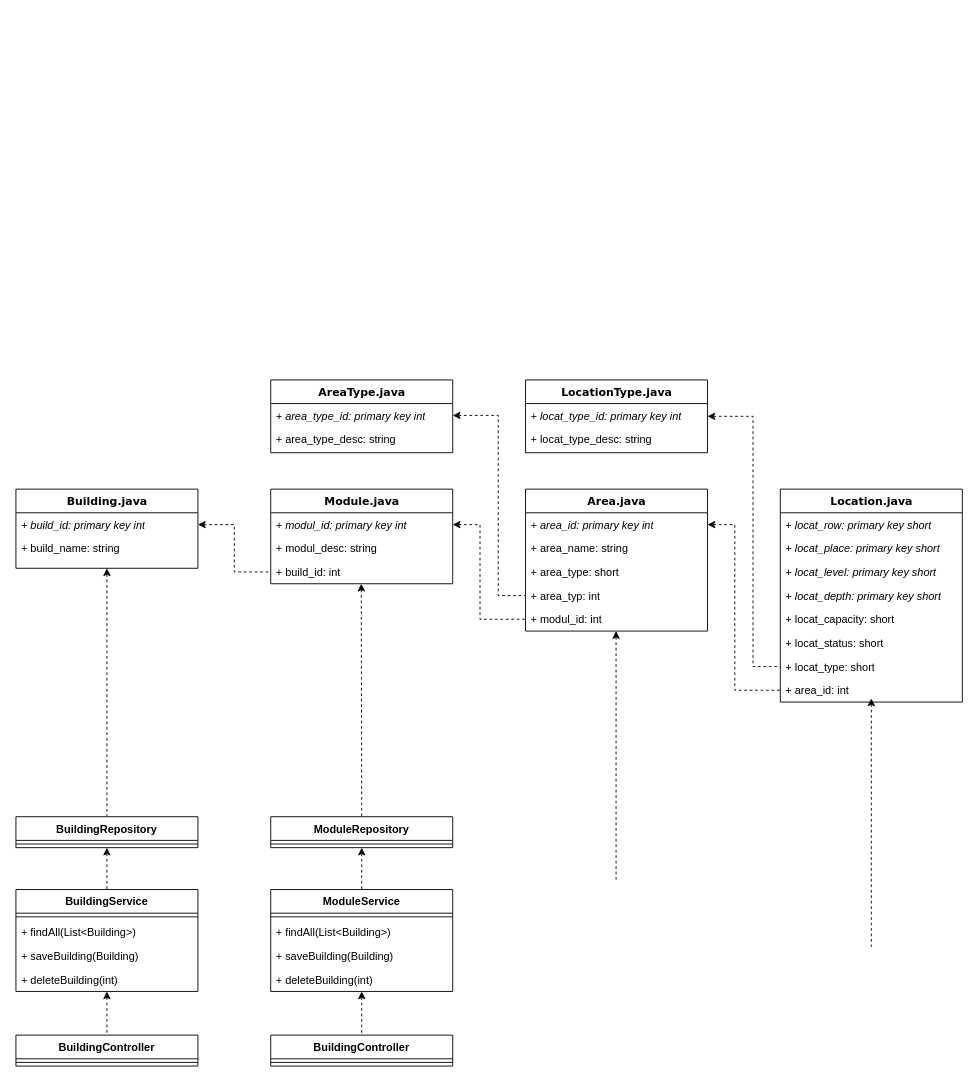
denamed/HutWMS keeps this draw.io diagram as building.drawio. Above is the earlier version. Source tidied: cells renumbered, new cells numbered last; positions are measured from the earlier drawing's top-left corner, leaving out a move shared by most shapes. Both pictures are drawn from the tidied source at 91%, with x=0, y=0 at pixel (15, 379).
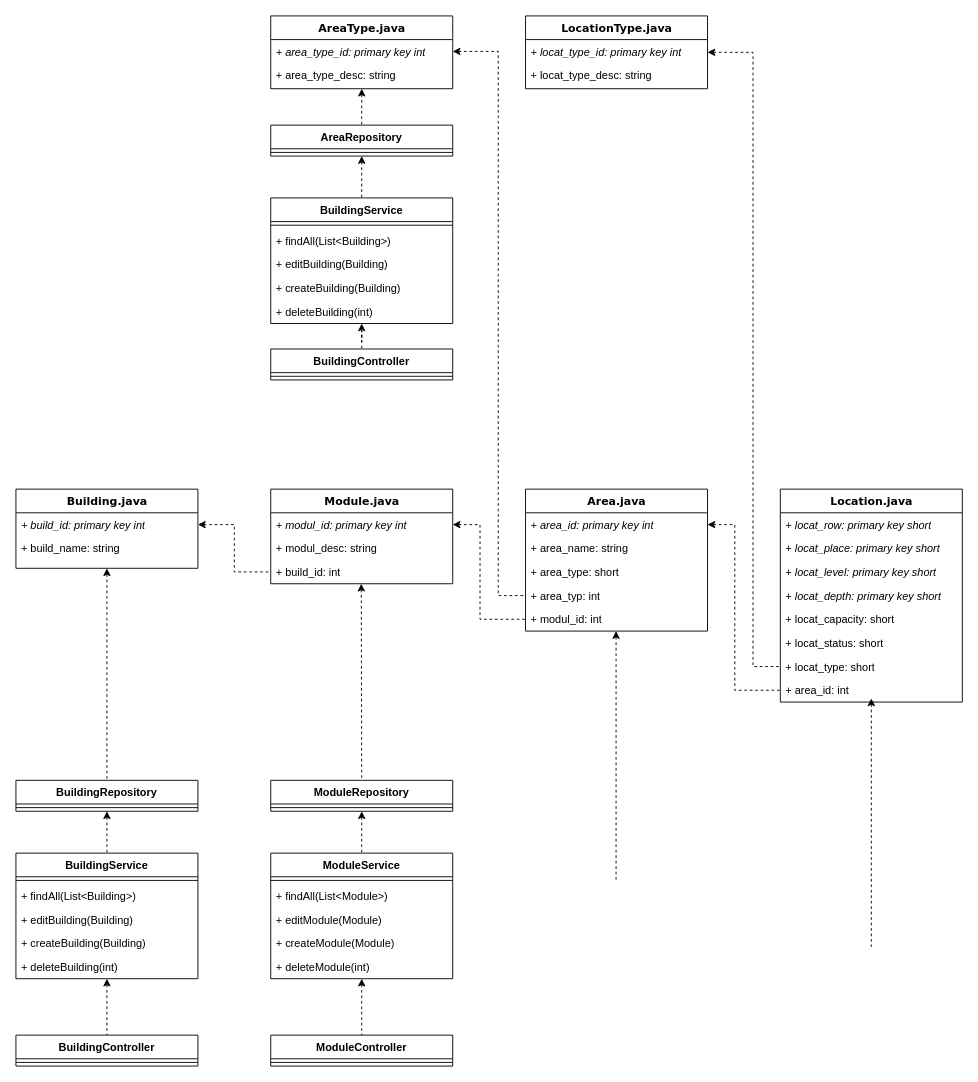
Above is the later version.

Unchanged cells that the change refers to:
```xml
<mxCell id="17" value="+ area_typ: int" style="text;html=1;strokeColor=none;fillColor=none;align=left;verticalAlign=top;spacingLeft=4;spacingRight=4;whiteSpace=wrap;overflow=hidden;points=[[0,0.5],[1,0.5]];portConstraint=eastwest;" parent="13" vertex="1">
  <mxGeometry y="104" width="200" height="26" as="geometry" />
</mxCell>
<mxCell id="26" value="+ locat_type: short" style="text;html=1;strokeColor=none;fillColor=none;align=left;verticalAlign=top;spacingLeft=4;spacingRight=4;whiteSpace=wrap;overflow=hidden;points=[[0,0.5],[1,0.5]];portConstraint=eastwest;" parent="19" vertex="1">
  <mxGeometry y="182" width="200" height="26" as="geometry" />
</mxCell>
<mxCell id="29" value="&lt;i&gt;+ area_type_id: primary&amp;nbsp;key int&lt;/i&gt;" style="text;html=1;strokeColor=none;fillColor=none;align=left;verticalAlign=top;spacingLeft=4;spacingRight=4;whiteSpace=wrap;overflow=hidden;points=[[0,0.5],[1,0.5]];portConstraint=eastwest;" parent="28" vertex="1">
  <mxGeometry y="26" width="200" height="26" as="geometry" />
</mxCell>
```

Change to the diagram source:
```diff
@@
     <mxCell id="28" value="AreaType.java" style="swimlane;html=1;fontStyle=1;align=center;verticalAlign=top;horizontal=1;startSize=26;swimlaneFillColor=#ffffff;rounded=0;shadow=0;comic=0;labelBackgroundColor=none;strokeWidth=1;fillColor=none;fontFamily=Verdana;fontSize=12;" parent="1" vertex="1">
-      <mxGeometry x="280" width="200" height="80" as="geometry" />
+      <mxGeometry x="280" y="-400" width="200" height="80" as="geometry" />
     </mxCell>
@@
     <mxCell id="31" style="edgeStyle=orthogonalEdgeStyle;rounded=0;jettySize=auto;html=1;dashed=1;startArrow=classic;startFill=1;endArrow=none;endFill=0;entryX=0;entryY=0.5;entryDx=0;entryDy=0;" parent="1" edge="1" source="29" target="17">
       <mxGeometry relative="1" as="geometry">
         <Array as="points">
-          <mxPoint x="530" y="39" />
+          <mxPoint x="530" y="-361" />
           <mxPoint x="530" y="237" />
         </Array>
       </mxGeometry>
     </mxCell>
     <mxCell id="32" style="edgeStyle=orthogonalEdgeStyle;rounded=0;jettySize=auto;html=1;dashed=1;startArrow=classic;startFill=1;endArrow=none;endFill=0;entryX=0;entryY=0.5;entryDx=0;entryDy=0;" parent="1" edge="1" source="33" target="26">
       <mxGeometry relative="1" as="geometry">
         <Array as="points">
-          <mxPoint x="810" y="40" />
+          <mxPoint x="810" y="-360" />
           <mxPoint x="810" y="315" />
         </Array>
       </mxGeometry>
     </mxCell>
     <mxCell id="33" value="LocationType.java" style="swimlane;html=1;fontStyle=1;align=center;verticalAlign=top;horizontal=1;startSize=26;swimlaneFillColor=#ffffff;rounded=0;shadow=0;comic=0;labelBackgroundColor=none;strokeWidth=1;fillColor=none;fontFamily=Verdana;fontSize=12;" parent="1" vertex="1">
-      <mxGeometry x="560" width="200" height="80" as="geometry" />
+      <mxGeometry x="560" y="-400" width="200" height="80" as="geometry" />
     </mxCell>
@@
     <mxCell id="37" value="BuildingRepository" style="swimlane;fontStyle=1;align=center;verticalAlign=top;horizontal=1;startSize=26;" parent="1" vertex="1">
-      <mxGeometry y="480" width="200" height="34" as="geometry" />
+      <mxGeometry y="440" width="200" height="34" as="geometry" />
     </mxCell>
@@
     <mxCell id="40" value="BuildingService" style="swimlane;fontStyle=1;align=center;verticalAlign=top;horizontal=1;startSize=26;" parent="1" vertex="1">
-      <mxGeometry y="560" width="200" height="112" as="geometry" />
+      <mxGeometry y="520" width="200" height="138" as="geometry" />
     </mxCell>
@@
-    <mxCell id="43" value="+ saveBuilding(Building)" style="text;strokeColor=none;fillColor=none;align=left;verticalAlign=top;spacingLeft=4;spacingRight=4;overflow=hidden;" parent="40" vertex="1">
+    <mxCell id="43" value="+ editBuilding(Building)" style="text;strokeColor=none;fillColor=none;align=left;verticalAlign=top;spacingLeft=4;spacingRight=4;overflow=hidden;" parent="40" vertex="1">
       <mxGeometry y="60" width="200" height="26" as="geometry" />
     </mxCell>
+    <mxCell id="61" value="+ createBuilding(Building)" style="text;strokeColor=none;fillColor=none;align=left;verticalAlign=top;spacingLeft=4;spacingRight=4;overflow=hidden;" parent="40" vertex="1">
+      <mxGeometry y="86" width="200" height="26" as="geometry" />
+    </mxCell>
     <mxCell id="44" value="+ deleteBuilding(int)" style="text;strokeColor=none;fillColor=none;align=left;verticalAlign=top;spacingLeft=4;spacingRight=4;overflow=hidden;" parent="40" vertex="1">
-      <mxGeometry y="86" width="200" height="26" as="geometry" />
+      <mxGeometry y="112" width="200" height="26" as="geometry" />
     </mxCell>
@@
     <mxCell id="50" value="ModuleRepository" style="swimlane;fontStyle=1;align=center;verticalAlign=top;horizontal=1;startSize=26;" parent="1" vertex="1">
-      <mxGeometry x="280" y="480" width="200" height="34" as="geometry" />
+      <mxGeometry x="280" y="440" width="200" height="34" as="geometry" />
     </mxCell>
@@
     <mxCell id="52" value="ModuleService" style="swimlane;fontStyle=1;align=center;verticalAlign=top;horizontal=1;startSize=26;" parent="1" vertex="1">
-      <mxGeometry x="280" y="560" width="200" height="112" as="geometry" />
+      <mxGeometry x="280" y="520" width="200" height="138" as="geometry" />
     </mxCell>
@@
-    <mxCell id="54" value="+ findAll(List&lt;Building&gt;)" style="text;strokeColor=none;fillColor=none;align=left;verticalAlign=top;spacingLeft=4;spacingRight=4;overflow=hidden;" parent="52" vertex="1">
+    <mxCell id="54" value="+ findAll(List&lt;Module&gt;)" style="text;strokeColor=none;fillColor=none;align=left;verticalAlign=top;spacingLeft=4;spacingRight=4;overflow=hidden;" parent="52" vertex="1">
       <mxGeometry y="34" width="200" height="26" as="geometry" />
     </mxCell>
-    <mxCell id="55" value="+ saveBuilding(Building)" style="text;strokeColor=none;fillColor=none;align=left;verticalAlign=top;spacingLeft=4;spacingRight=4;overflow=hidden;" parent="52" vertex="1">
+    <mxCell id="55" value="+ editModule(Module)" style="text;strokeColor=none;fillColor=none;align=left;verticalAlign=top;spacingLeft=4;spacingRight=4;overflow=hidden;" parent="52" vertex="1">
       <mxGeometry y="60" width="200" height="26" as="geometry" />
     </mxCell>
+    <mxCell id="62" value="+ createModule(Module)" style="text;strokeColor=none;fillColor=none;align=left;verticalAlign=top;spacingLeft=4;spacingRight=4;overflow=hidden;" parent="52" vertex="1">
+      <mxGeometry y="86" width="200" height="26" as="geometry" />
+    </mxCell>
-    <mxCell id="56" value="+ deleteBuilding(int)" style="text;strokeColor=none;fillColor=none;align=left;verticalAlign=top;spacingLeft=4;spacingRight=4;overflow=hidden;" parent="52" vertex="1">
-      <mxGeometry y="86" width="200" height="26" as="geometry" />
+    <mxCell id="56" value="+ deleteModule(int)" style="text;strokeColor=none;fillColor=none;align=left;verticalAlign=top;spacingLeft=4;spacingRight=4;overflow=hidden;" parent="52" vertex="1">
+      <mxGeometry y="112" width="200" height="26" as="geometry" />
     </mxCell>
-    <mxCell id="57" value="BuildingController" style="swimlane;fontStyle=1;align=center;verticalAlign=top;horizontal=1;startSize=26;" parent="1" vertex="1">
+    <mxCell id="57" value="ModuleController" style="swimlane;fontStyle=1;align=center;verticalAlign=top;horizontal=1;startSize=26;" parent="1" vertex="1">
       <mxGeometry x="280" y="720" width="200" height="34" as="geometry" />
     </mxCell>
@@
+    <mxCell id="63" value="AreaRepository" style="swimlane;fontStyle=1;align=center;verticalAlign=top;horizontal=1;startSize=26;" parent="1" vertex="1">
+      <mxGeometry x="280" y="-280" width="200" height="34" as="geometry" />
+    </mxCell>
+    <mxCell id="64" style="line;strokeWidth=1;fillColor=none;align=left;verticalAlign=middle;spacingTop=-1;spacingLeft=3;spacingRight=3;labelPosition=right;strokeColor=inherit;" parent="63" vertex="1">
+      <mxGeometry y="26" width="200" height="8" as="geometry" />
+    </mxCell>
+    <mxCell id="65" value="BuildingService" style="swimlane;fontStyle=1;align=center;verticalAlign=top;horizontal=1;startSize=26;" parent="1" vertex="1">
+      <mxGeometry x="280" y="-200" width="200" height="138" as="geometry" />
+    </mxCell>
+    <mxCell id="66" style="line;strokeWidth=1;fillColor=none;align=left;verticalAlign=middle;spacingTop=-1;spacingLeft=3;spacingRight=3;labelPosition=right;strokeColor=inherit;" parent="65" vertex="1">
+      <mxGeometry y="26" width="200" height="8" as="geometry" />
+    </mxCell>
+    <mxCell id="67" value="+ findAll(List&lt;Building&gt;)" style="text;strokeColor=none;fillColor=none;align=left;verticalAlign=top;spacingLeft=4;spacingRight=4;overflow=hidden;" parent="65" vertex="1">
+      <mxGeometry y="34" width="200" height="26" as="geometry" />
+    </mxCell>
+    <mxCell id="68" value="+ editBuilding(Building)" style="text;strokeColor=none;fillColor=none;align=left;verticalAlign=top;spacingLeft=4;spacingRight=4;overflow=hidden;" parent="65" vertex="1">
+      <mxGeometry y="60" width="200" height="26" as="geometry" />
+    </mxCell>
+    <mxCell id="69" value="+ createBuilding(Building)" style="text;strokeColor=none;fillColor=none;align=left;verticalAlign=top;spacingLeft=4;spacingRight=4;overflow=hidden;" parent="65" vertex="1">
+      <mxGeometry y="86" width="200" height="26" as="geometry" />
+    </mxCell>
+    <mxCell id="70" value="+ deleteBuilding(int)" style="text;strokeColor=none;fillColor=none;align=left;verticalAlign=top;spacingLeft=4;spacingRight=4;overflow=hidden;" parent="65" vertex="1">
+      <mxGeometry y="112" width="200" height="26" as="geometry" />
+    </mxCell>
+    <mxCell id="71" value="BuildingController" style="swimlane;fontStyle=1;align=center;verticalAlign=top;horizontal=1;startSize=26;" parent="1" vertex="1">
+      <mxGeometry x="280" y="-34" width="200" height="34" as="geometry" />
+    </mxCell>
+    <mxCell id="72" style="line;strokeWidth=1;fillColor=none;align=left;verticalAlign=middle;spacingTop=-1;spacingLeft=3;spacingRight=3;labelPosition=right;strokeColor=inherit;" parent="71" vertex="1">
+      <mxGeometry y="26" width="200" height="8" as="geometry" />
+    </mxCell>
+    <mxCell id="73" style="edgeStyle=orthogonalEdgeStyle;rounded=0;jettySize=auto;html=1;startArrow=classic;startFill=1;endArrow=none;endFill=0;dashed=1;" parent="1" edge="1" source="28" target="63">
+      <mxGeometry relative="1" as="geometry" />
+    </mxCell>
+    <mxCell id="74" style="edgeStyle=orthogonalEdgeStyle;rounded=0;jettySize=auto;html=1;startArrow=classic;startFill=1;endArrow=none;endFill=0;dashed=1;" parent="1" edge="1" source="65" target="71">
+      <mxGeometry relative="1" as="geometry" />
+    </mxCell>
+    <mxCell id="75" style="edgeStyle=orthogonalEdgeStyle;rounded=0;jettySize=auto;html=1;startArrow=classic;startFill=1;endArrow=none;endFill=0;dashed=1;" parent="1" edge="1" source="63" target="65">
+      <mxGeometry relative="1" as="geometry" />
+    </mxCell>
```
